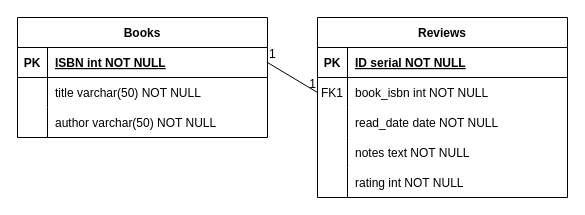
Before: SQL/CapstoneProject_BookNotes.drawio in KovacsDe17/webdev-capstone-5, a draw.io diagram. Source tidied: cells renumbered, new cells numbered last; positions are measured from the earlier drawing's top-left corner, leaving out a move shared by most shapes. Both pictures are drawn from the tidied source at 100%, with x=0, y=0 at pixel (17, 17).
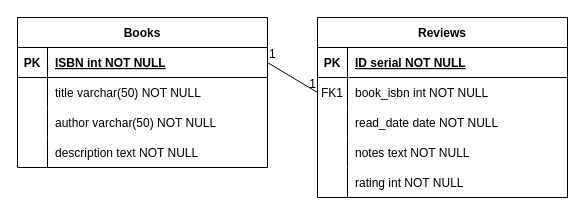
Above is the later version.

Diff of the diagram source:
```diff
@@
     <mxCell id="18" value="Books" style="shape=table;startSize=30;childLayout=tableLayout;rowLines=0;fontStyle=1;align=center;" parent="1" vertex="1">
-      <mxGeometry width="250" height="120" as="geometry" />
+      <mxGeometry width="250" height="150" as="geometry" />
     </mxCell>
@@
+    <mxCell id="31" style="shape=partialRectangle;fillColor=none;top=0;left=0;right=0;bottom=0;" parent="18" vertex="1">
+      <mxGeometry y="120" width="250" height="30" as="geometry" />
+    </mxCell>
+    <mxCell id="32" style="shape=partialRectangle;overflow=hidden;fillColor=none;top=0;left=0;bottom=0;right=0;" parent="31" vertex="1">
+      <mxGeometry width="30" height="30" as="geometry" />
+    </mxCell>
+    <mxCell id="33" value="description text NOT NULL" style="shape=partialRectangle;overflow=hidden;fillColor=none;top=0;left=0;bottom=0;right=0;align=left;spacingLeft=6;" parent="31" vertex="1">
+      <mxGeometry x="30" width="220" height="30" as="geometry" />
+    </mxCell>
```
